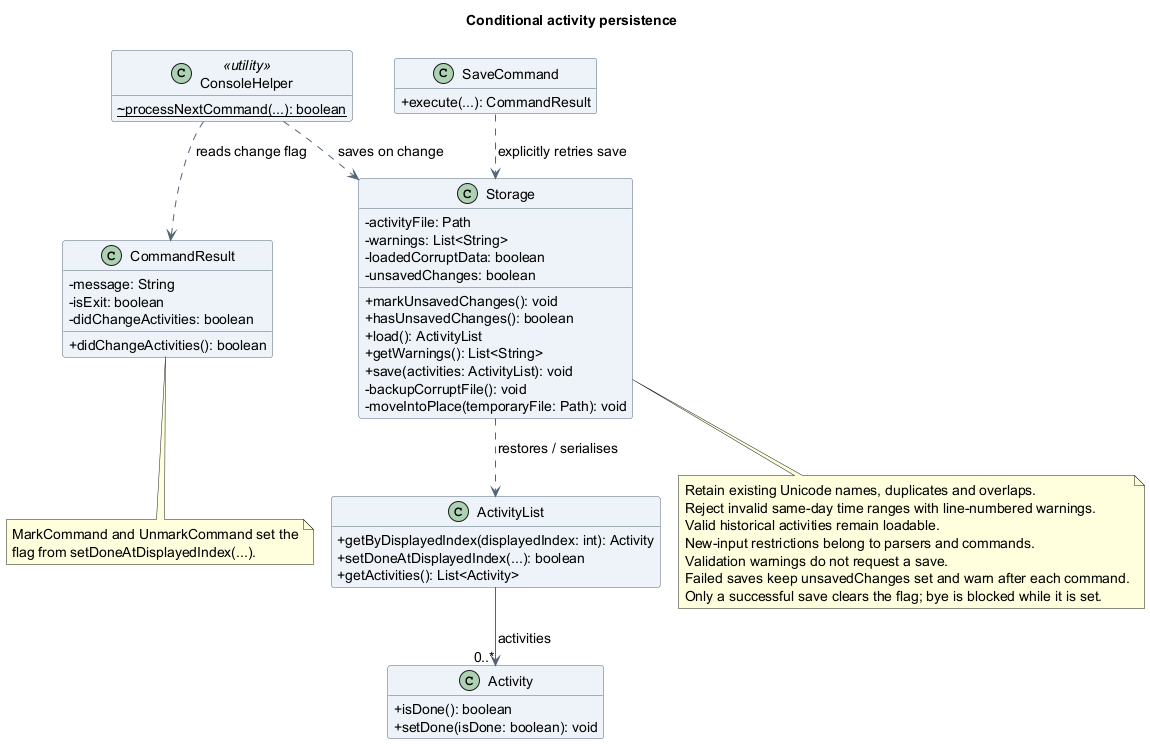
Above: docs/images/oliver/class/ActivityPersistenceClassDiagram.png in AY2627S1-CS2113-T10-4/tp (PlantUML), before the change.
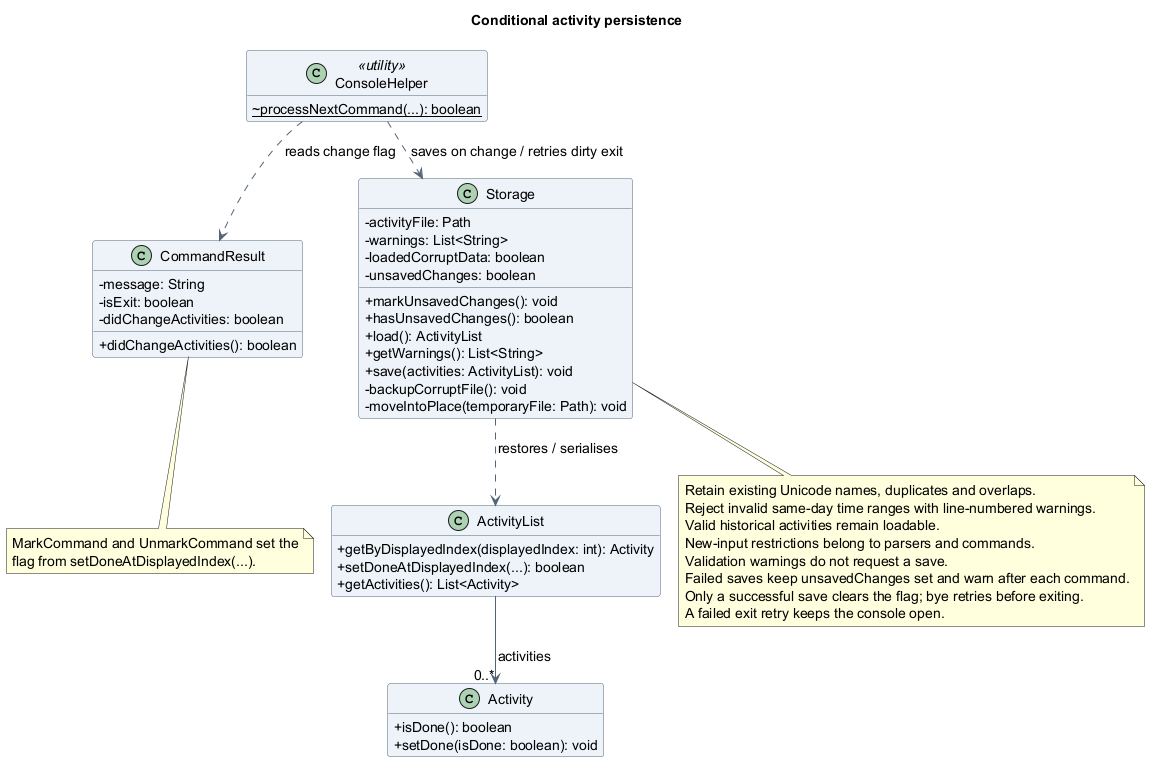
The same diagram one commit later.

Diff of the diagram source:
```diff
@@ -38,17 +38,13 @@
   +setDoneAtDisplayedIndex(...): boolean
   +getActivities(): List<Activity>
 }
-class SaveCommand {
-  +execute(...): CommandResult
-}
 class Activity {
   +isDone(): boolean
   +setDone(isDone: boolean): void
 }
 
 ConsoleHelper ..> CommandResult : reads change flag
-ConsoleHelper ..> Storage : saves on change
-SaveCommand ..> Storage : explicitly retries save
+ConsoleHelper ..> Storage : saves on change / retries dirty exit
 Storage ..> ActivityList : restores / serialises
 ActivityList --> "0..*" Activity : activities
 
@@ -63,6 +59,7 @@
   New-input restrictions belong to parsers and commands.
   Validation warnings do not request a save.
   Failed saves keep unsavedChanges set and warn after each command.
-  Only a successful save clears the flag; bye is blocked while it is set.
+  Only a successful save clears the flag; bye retries before exiting.
+  A failed exit retry keeps the console open.
 end note
 @enduml
```
